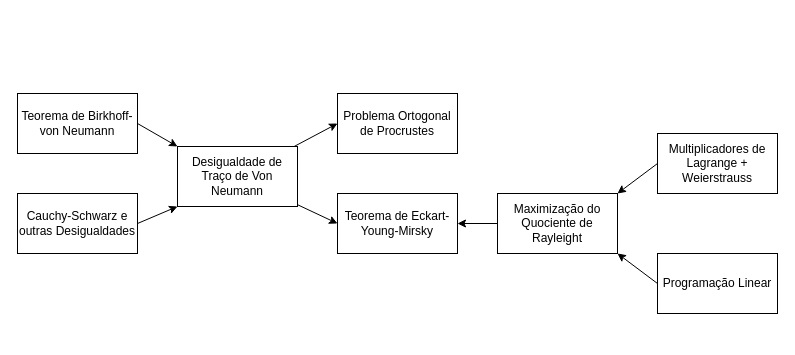
This is slides/figures/multiple-paths.drawio from joaovictorlopezpereira/Recursive-OLS-Derivation, a draw.io file, before an edit. Source tidied: cells renumbered, new cells numbered last; positions are measured from the earlier drawing's top-left corner, leaving out a move shared by most shapes. Both pictures are drawn from the tidied source at 100%, with x=0, y=0 at pixel (17, 93).
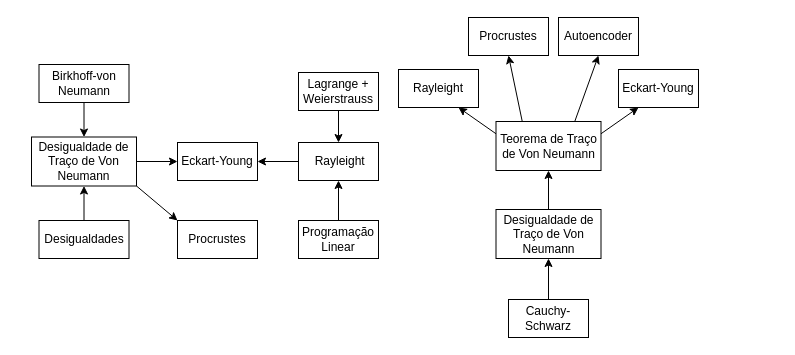
After the change.

The edit, as a diff of the source:
```diff
@@
-    <mxCell id="2" value="Teorema de Eckart-Young-Mirsky" style="whiteSpace=wrap;html=1;fontStyle=0;" parent="1" vertex="1">
-      <mxGeometry x="320" y="100" width="120" height="60" as="geometry" />
+    <mxCell id="2" value="Eckart-Young" style="whiteSpace=wrap;html=1;fontStyle=0;" parent="1" vertex="1">
+      <mxGeometry x="160" y="49" width="80" height="38" as="geometry" />
     </mxCell>
-    <mxCell id="3" style="edgeStyle=none;html=1;entryX=0;entryY=0.5;entryDx=0;entryDy=0;" parent="1" edge="1" source="5" target="16">
+    <mxCell id="3" style="edgeStyle=none;html=1;entryX=0;entryY=0;entryDx=0;entryDy=0;exitX=1;exitY=1;exitDx=0;exitDy=0;" parent="1" edge="1" source="5" target="16">
       <mxGeometry relative="1" as="geometry" />
     </mxCell>
@@
     <mxCell id="5" value="&lt;p&gt;&lt;span style=&quot;color: rgb(0, 0, 0);&quot;&gt;Desigualdade de Traço de Von Neumann&lt;/span&gt;&lt;/p&gt;" style="whiteSpace=wrap;html=1;" parent="1" vertex="1">
-      <mxGeometry x="160" y="53" width="120" height="60" as="geometry" />
+      <mxGeometry x="14" y="43.5" width="105" height="49" as="geometry" />
     </mxCell>
-    <mxCell id="6" style="edgeStyle=none;html=1;entryX=0;entryY=0;entryDx=0;entryDy=0;exitX=1;exitY=0.5;exitDx=0;exitDy=0;" parent="1" edge="1" source="7" target="5">
+    <mxCell id="6" style="edgeStyle=none;html=1;entryX=0.5;entryY=0;entryDx=0;entryDy=0;exitX=0.5;exitY=1;exitDx=0;exitDy=0;" parent="1" edge="1" source="7" target="5">
       <mxGeometry relative="1" as="geometry" />
     </mxCell>
-    <mxCell id="7" value="&lt;p&gt;&lt;font color=&quot;#000000&quot;&gt;Teorema de Birkhoff-von Neumann&lt;/font&gt;&lt;/p&gt;" style="whiteSpace=wrap;html=1;" parent="1" vertex="1">
-      <mxGeometry width="120" height="60" as="geometry" />
+    <mxCell id="7" value="&lt;p&gt;&lt;font color=&quot;#000000&quot;&gt;Birkhoff-von Neumann&lt;/font&gt;&lt;/p&gt;" style="whiteSpace=wrap;html=1;" parent="1" vertex="1">
+      <mxGeometry x="21.5" y="-29" width="90" height="38" as="geometry" />
     </mxCell>
-    <mxCell id="8" style="edgeStyle=none;html=1;entryX=1;entryY=0;entryDx=0;entryDy=0;exitX=0;exitY=0.5;exitDx=0;exitDy=0;" parent="1" edge="1" source="9" target="11">
+    <mxCell id="8" style="edgeStyle=none;html=1;entryX=0.5;entryY=0;entryDx=0;entryDy=0;exitX=0.5;exitY=1;exitDx=0;exitDy=0;" parent="1" edge="1" source="9" target="11">
       <mxGeometry relative="1" as="geometry" />
     </mxCell>
-    <mxCell id="9" value="Multiplicadores de Lagrange + Weierstrauss" style="whiteSpace=wrap;html=1;" parent="1" vertex="1">
-      <mxGeometry x="640" y="40" width="120" height="60" as="geometry" />
+    <mxCell id="9" value="Lagrange + Weierstrauss" style="whiteSpace=wrap;html=1;" parent="1" vertex="1">
+      <mxGeometry x="281" y="-21" width="80" height="38" as="geometry" />
     </mxCell>
@@
-    <mxCell id="11" value="Maximização do Quociente de Rayleight" style="whiteSpace=wrap;html=1;" parent="1" vertex="1">
-      <mxGeometry x="480" y="100" width="120" height="60" as="geometry" />
+    <mxCell id="11" value="&amp;nbsp;Rayleight" style="whiteSpace=wrap;html=1;" parent="1" vertex="1">
+      <mxGeometry x="281" y="49" width="80" height="38" as="geometry" />
     </mxCell>
-    <mxCell id="12" style="edgeStyle=none;html=1;entryX=1;entryY=1;entryDx=0;entryDy=0;exitX=0;exitY=0.5;exitDx=0;exitDy=0;" parent="1" edge="1" source="13" target="11">
+    <mxCell id="12" style="edgeStyle=none;html=1;entryX=0.5;entryY=1;entryDx=0;entryDy=0;exitX=0.5;exitY=0;exitDx=0;exitDy=0;" parent="1" edge="1" source="13" target="11">
       <mxGeometry relative="1" as="geometry" />
     </mxCell>
     <mxCell id="13" value="Programação Linear" style="whiteSpace=wrap;html=1;" parent="1" vertex="1">
-      <mxGeometry x="640" y="160" width="120" height="60" as="geometry" />
+      <mxGeometry x="281" y="127" width="80" height="38" as="geometry" />
     </mxCell>
-    <mxCell id="14" style="edgeStyle=none;html=1;entryX=0;entryY=1;entryDx=0;entryDy=0;exitX=1;exitY=0.5;exitDx=0;exitDy=0;" parent="1" edge="1" source="15" target="5">
+    <mxCell id="14" style="edgeStyle=none;html=1;entryX=0.5;entryY=1;entryDx=0;entryDy=0;exitX=0.5;exitY=0;exitDx=0;exitDy=0;" parent="1" edge="1" source="15" target="5">
       <mxGeometry relative="1" as="geometry" />
     </mxCell>
-    <mxCell id="15" value="&lt;p&gt;&lt;span style=&quot;color: rgb(0, 0, 0);&quot;&gt;Cauchy-Schwarz e outras Desigualdades&lt;/span&gt;&lt;/p&gt;" style="whiteSpace=wrap;html=1;" parent="1" vertex="1">
-      <mxGeometry y="100" width="120" height="60" as="geometry" />
+    <mxCell id="15" value="&lt;p&gt;&lt;span style=&quot;color: rgb(0, 0, 0);&quot;&gt;Desigualdades&lt;/span&gt;&lt;/p&gt;" style="whiteSpace=wrap;html=1;" parent="1" vertex="1">
+      <mxGeometry x="21.5" y="127" width="90" height="38" as="geometry" />
     </mxCell>
-    <mxCell id="16" value="Problema Ortogonal de Procrustes" style="whiteSpace=wrap;html=1;fontStyle=0;" parent="1" vertex="1">
-      <mxGeometry x="320" width="120" height="60" as="geometry" />
+    <mxCell id="16" value="Procrustes" style="whiteSpace=wrap;html=1;fontStyle=0;" parent="1" vertex="1">
+      <mxGeometry x="160" y="127" width="80" height="38" as="geometry" />
     </mxCell>
+    <mxCell id="17" style="edgeStyle=none;html=1;entryX=0.5;entryY=1;entryDx=0;entryDy=0;" parent="1" edge="1" source="18" target="25">
+      <mxGeometry relative="1" as="geometry" />
+    </mxCell>
+    <mxCell id="18" value="&lt;p&gt;&lt;span style=&quot;color: rgb(0, 0, 0);&quot;&gt;Desigualdade de Traço de Von Neumann&lt;/span&gt;&lt;/p&gt;" style="whiteSpace=wrap;html=1;" parent="1" vertex="1">
+      <mxGeometry x="478.5" y="116" width="105" height="49" as="geometry" />
+    </mxCell>
+    <mxCell id="19" style="edgeStyle=none;html=1;entryX=0.5;entryY=1;entryDx=0;entryDy=0;" parent="1" edge="1" source="20" target="18">
+      <mxGeometry relative="1" as="geometry" />
+    </mxCell>
+    <mxCell id="20" value="Cauchy-Schwarz" style="whiteSpace=wrap;html=1;" parent="1" vertex="1">
+      <mxGeometry x="491" y="206" width="80" height="38" as="geometry" />
+    </mxCell>
+    <mxCell id="21" style="edgeStyle=none;html=1;entryX=0.75;entryY=1;entryDx=0;entryDy=0;exitX=0;exitY=0.25;exitDx=0;exitDy=0;" parent="1" edge="1" source="25" target="29">
+      <mxGeometry relative="1" as="geometry" />
+    </mxCell>
+    <mxCell id="22" style="edgeStyle=none;html=1;exitX=1;exitY=0.25;exitDx=0;exitDy=0;entryX=0.25;entryY=1;entryDx=0;entryDy=0;" parent="1" edge="1" source="25" target="28">
+      <mxGeometry relative="1" as="geometry" />
+    </mxCell>
+    <mxCell id="23" style="edgeStyle=none;html=1;entryX=0.5;entryY=1;entryDx=0;entryDy=0;exitX=0.25;exitY=0;exitDx=0;exitDy=0;" parent="1" edge="1" source="25" target="26">
+      <mxGeometry relative="1" as="geometry" />
+    </mxCell>
+    <mxCell id="24" style="edgeStyle=none;html=1;exitX=0.75;exitY=0;exitDx=0;exitDy=0;entryX=0.5;entryY=1;entryDx=0;entryDy=0;" parent="1" edge="1" source="25" target="27">
+      <mxGeometry relative="1" as="geometry" />
+    </mxCell>
+    <mxCell id="25" value="&lt;p&gt;&lt;span style=&quot;color: rgb(0, 0, 0);&quot;&gt;Teorema de Traço de Von Neumann&lt;/span&gt;&lt;/p&gt;" style="whiteSpace=wrap;html=1;" parent="1" vertex="1">
+      <mxGeometry x="478.5" y="28" width="105" height="49" as="geometry" />
+    </mxCell>
+    <mxCell id="26" value="Procrustes" style="whiteSpace=wrap;html=1;" parent="1" vertex="1">
+      <mxGeometry x="451" y="-76" width="80" height="38" as="geometry" />
+    </mxCell>
+    <mxCell id="27" value="Autoencoder" style="whiteSpace=wrap;html=1;" parent="1" vertex="1">
+      <mxGeometry x="541" y="-76" width="80" height="38" as="geometry" />
+    </mxCell>
+    <mxCell id="28" value="Eckart-Young" style="whiteSpace=wrap;html=1;" parent="1" vertex="1">
+      <mxGeometry x="601" y="-24" width="80" height="38" as="geometry" />
+    </mxCell>
+    <mxCell id="29" value="Rayleight" style="whiteSpace=wrap;html=1;" parent="1" vertex="1">
+      <mxGeometry x="381" y="-24" width="80" height="38" as="geometry" />
+    </mxCell>
```
